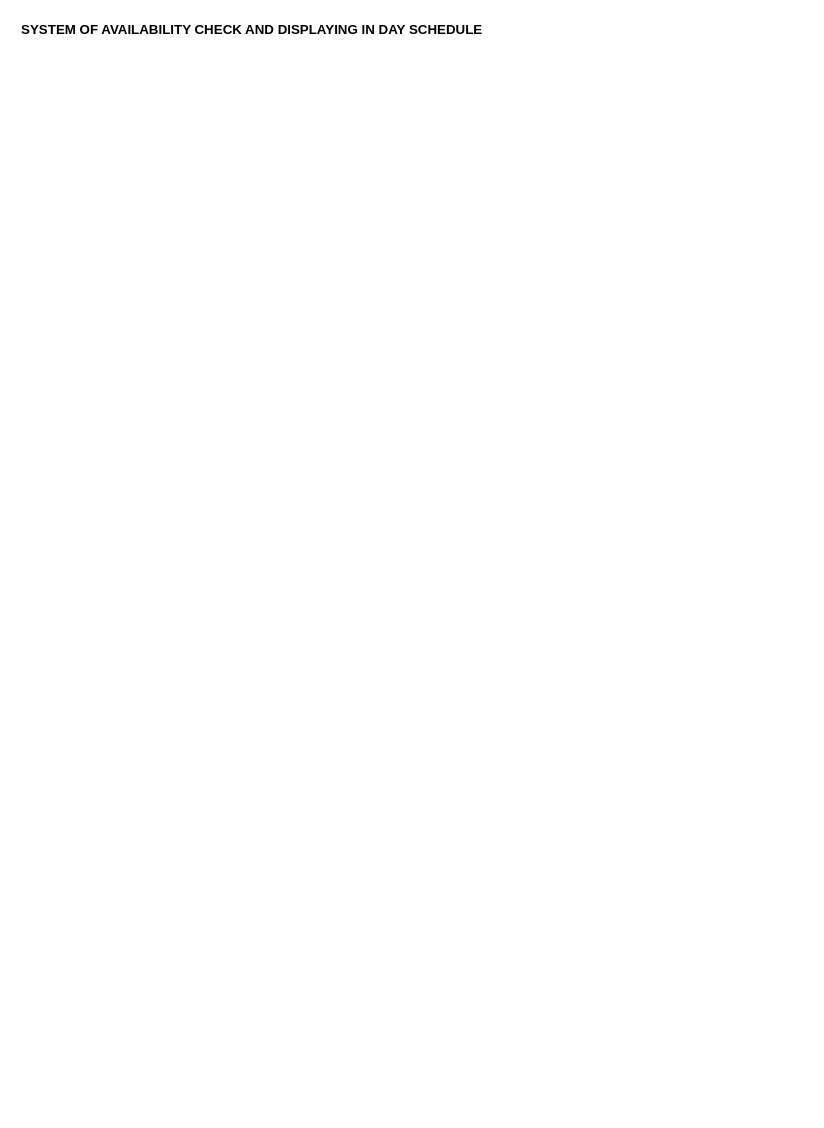
JavaDVeloper/Garbox keeps this draw.io diagram as garbox/Untitled Diagram.drawio. Above is the earlier version. Source tidied: cells renumbered, new cells numbered last; positions are measured from the earlier drawing's top-left corner, leaving out a move shared by most shapes. Both pictures are drawn from the tidied source at 111%, with x=0, y=0 at pixel (19, 19).
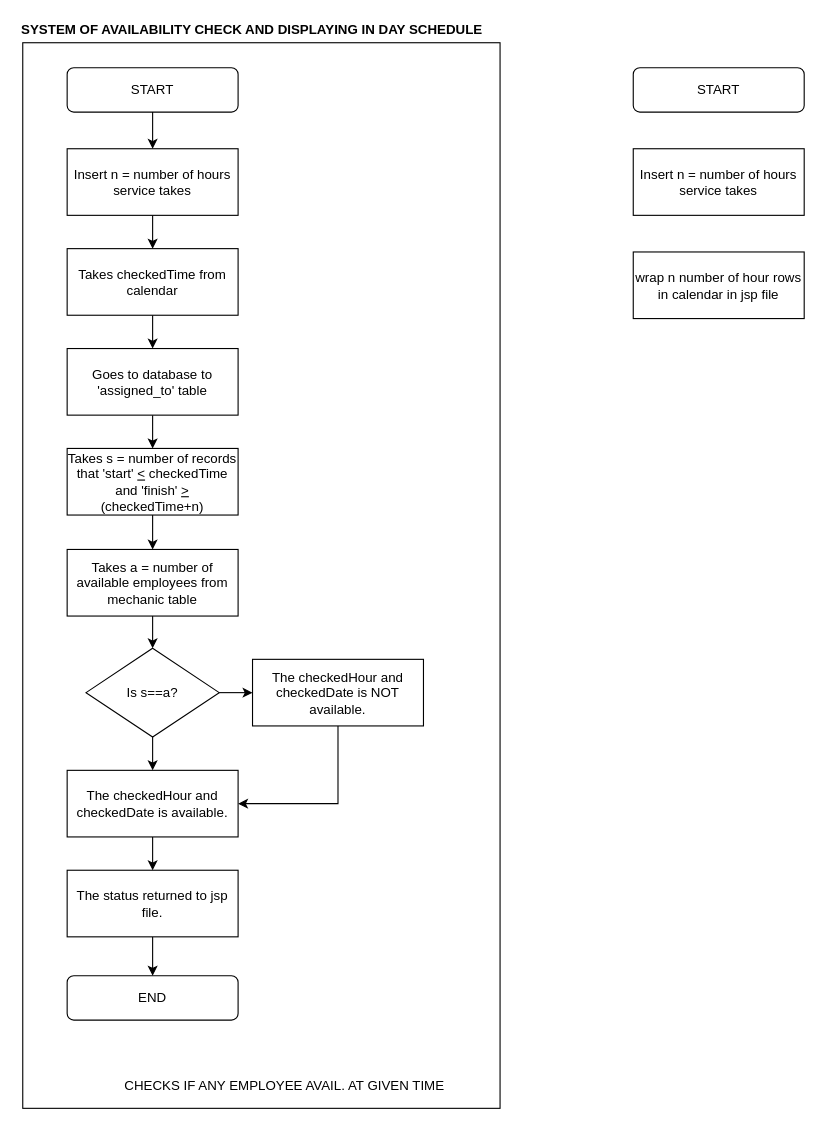
After the change.

What changed in the source:
```diff
@@
+    <mxCell id="3" style="rounded=0;whiteSpace=wrap;html=1;" parent="1" vertex="1">
+      <mxGeometry x="3" y="21" width="430" height="960" as="geometry" />
+    </mxCell>
@@
+    <mxCell id="4" style="edgeStyle=orthogonalEdgeStyle;rounded=0;jettySize=auto;html=1;exitX=0.5;exitY=1;exitDx=0;exitDy=0;entryX=0.5;entryY=0;entryDx=0;entryDy=0;" parent="1" edge="1" source="5" target="8">
+      <mxGeometry relative="1" as="geometry" />
+    </mxCell>
+    <mxCell id="5" value="Insert n = number of hours service takes" style="rounded=0;whiteSpace=wrap;html=1;" parent="1" vertex="1">
+      <mxGeometry x="43" y="116.5" width="154" height="60" as="geometry" />
+    </mxCell>
+    <mxCell id="6" value="END" style="rounded=1;whiteSpace=wrap;html=1;" parent="1" vertex="1">
+      <mxGeometry x="43" y="861.5" width="154" height="40" as="geometry" />
+    </mxCell>
+    <mxCell id="7" style="edgeStyle=orthogonalEdgeStyle;rounded=0;jettySize=auto;html=1;exitX=0.5;exitY=1;exitDx=0;exitDy=0;entryX=0.5;entryY=0;entryDx=0;entryDy=0;" parent="1" edge="1" source="8" target="10">
+      <mxGeometry relative="1" as="geometry" />
+    </mxCell>
+    <mxCell id="8" value="Takes checkedTime from calendar" style="rounded=0;whiteSpace=wrap;html=1;" parent="1" vertex="1">
+      <mxGeometry x="43" y="206.5" width="154" height="60" as="geometry" />
+    </mxCell>
+    <mxCell id="9" style="edgeStyle=orthogonalEdgeStyle;rounded=0;jettySize=auto;html=1;entryX=0.5;entryY=0;entryDx=0;entryDy=0;" parent="1" edge="1" source="10" target="12">
+      <mxGeometry relative="1" as="geometry" />
+    </mxCell>
+    <mxCell id="10" value="Goes to database to 'assigned_to' table" style="rounded=0;whiteSpace=wrap;html=1;" parent="1" vertex="1">
+      <mxGeometry x="43" y="296.5" width="154" height="60" as="geometry" />
+    </mxCell>
+    <mxCell id="11" style="edgeStyle=orthogonalEdgeStyle;rounded=0;jettySize=auto;html=1;exitX=0.5;exitY=1;exitDx=0;exitDy=0;" parent="1" edge="1" source="12" target="14">
+      <mxGeometry relative="1" as="geometry" />
+    </mxCell>
+    <mxCell id="12" value="Takes s = number of records that 'start' &lt;u&gt;&amp;lt;&lt;/u&gt; checkedTime and 'finish' &lt;u&gt;&amp;gt; &lt;/u&gt;(checkedTime+n)" style="rounded=0;whiteSpace=wrap;html=1;" parent="1" vertex="1">
+      <mxGeometry x="43" y="386.5" width="154" height="60" as="geometry" />
+    </mxCell>
+    <mxCell id="13" style="edgeStyle=orthogonalEdgeStyle;rounded=0;jettySize=auto;html=1;exitX=0.5;exitY=1;exitDx=0;exitDy=0;entryX=0.5;entryY=0;entryDx=0;entryDy=0;" parent="1" edge="1" source="14" target="19">
+      <mxGeometry relative="1" as="geometry" />
+    </mxCell>
+    <mxCell id="14" value="Takes a = number of available employees from mechanic table " style="rounded=0;whiteSpace=wrap;html=1;" parent="1" vertex="1">
+      <mxGeometry x="43" y="477.5" width="154" height="60" as="geometry" />
+    </mxCell>
+    <mxCell id="15" style="edgeStyle=orthogonalEdgeStyle;rounded=0;jettySize=auto;html=1;exitX=0.5;exitY=1;exitDx=0;exitDy=0;entryX=0.5;entryY=0;entryDx=0;entryDy=0;" parent="1" edge="1" source="16" target="23">
+      <mxGeometry relative="1" as="geometry" />
+    </mxCell>
+    <mxCell id="16" value="The checkedHour and checkedDate is available." style="rounded=0;whiteSpace=wrap;html=1;" parent="1" vertex="1">
+      <mxGeometry x="43" y="676.5" width="154" height="60" as="geometry" />
+    </mxCell>
+    <mxCell id="17" style="edgeStyle=orthogonalEdgeStyle;rounded=0;jettySize=auto;html=1;exitX=1;exitY=0.5;exitDx=0;exitDy=0;entryX=0;entryY=0.5;entryDx=0;entryDy=0;" parent="1" edge="1" source="19" target="21">
+      <mxGeometry relative="1" as="geometry" />
+    </mxCell>
+    <mxCell id="18" style="edgeStyle=orthogonalEdgeStyle;rounded=0;jettySize=auto;html=1;exitX=0.5;exitY=1;exitDx=0;exitDy=0;entryX=0.5;entryY=0;entryDx=0;entryDy=0;" parent="1" edge="1" source="19" target="16">
+      <mxGeometry relative="1" as="geometry" />
+    </mxCell>
+    <mxCell id="19" value="Is s==a?" style="rhombus;whiteSpace=wrap;html=1;" parent="1" vertex="1">
+      <mxGeometry x="60" y="566.5" width="120" height="80" as="geometry" />
+    </mxCell>
+    <mxCell id="20" style="edgeStyle=orthogonalEdgeStyle;rounded=0;jettySize=auto;html=1;exitX=0.5;exitY=1;exitDx=0;exitDy=0;entryX=1;entryY=0.5;entryDx=0;entryDy=0;" parent="1" edge="1" source="21" target="16">
+      <mxGeometry relative="1" as="geometry" />
+    </mxCell>
+    <mxCell id="21" value="The checkedHour and checkedDate is NOT available." style="rounded=0;whiteSpace=wrap;html=1;" parent="1" vertex="1">
+      <mxGeometry x="210" y="576.5" width="154" height="60" as="geometry" />
+    </mxCell>
+    <mxCell id="22" style="edgeStyle=orthogonalEdgeStyle;rounded=0;jettySize=auto;html=1;exitX=0.5;exitY=1;exitDx=0;exitDy=0;entryX=0.5;entryY=0;entryDx=0;entryDy=0;" parent="1" edge="1" source="23" target="6">
+      <mxGeometry relative="1" as="geometry" />
+    </mxCell>
+    <mxCell id="23" value="The status returned to jsp file." style="rounded=0;whiteSpace=wrap;html=1;" parent="1" vertex="1">
+      <mxGeometry x="43" y="766.5" width="154" height="60" as="geometry" />
+    </mxCell>
+    <mxCell id="24" style="edgeStyle=orthogonalEdgeStyle;rounded=0;jettySize=auto;html=1;exitX=0.5;exitY=1;exitDx=0;exitDy=0;entryX=0.5;entryY=0;entryDx=0;entryDy=0;" parent="1" edge="1" source="25" target="5">
+      <mxGeometry relative="1" as="geometry" />
+    </mxCell>
+    <mxCell id="25" value="START" style="rounded=1;whiteSpace=wrap;html=1;" parent="1" vertex="1">
+      <mxGeometry x="43" y="43.5" width="154" height="40" as="geometry" />
+    </mxCell>
+    <mxCell id="26" value="CHECKS IF ANY EMPLOYEE AVAIL. AT GIVEN TIME" style="text;html=1;align=left;verticalAlign=top;spacingTop=-4;" parent="1" vertex="1">
+      <mxGeometry x="93" y="951" width="330" height="20" as="geometry" />
+    </mxCell>
+    <mxCell id="27" value="START" style="rounded=1;whiteSpace=wrap;html=1;" parent="1" vertex="1">
+      <mxGeometry x="553" y="43.5" width="154" height="40" as="geometry" />
+    </mxCell>
+    <mxCell id="28" value="Insert n = number of hours service takes" style="rounded=0;whiteSpace=wrap;html=1;" parent="1" vertex="1">
+      <mxGeometry x="553" y="116.5" width="154" height="60" as="geometry" />
+    </mxCell>
+    <mxCell id="29" value="wrap n number of hour rows in calendar in jsp file" style="rounded=0;whiteSpace=wrap;html=1;" parent="1" vertex="1">
+      <mxGeometry x="553" y="209.5" width="154" height="60" as="geometry" />
+    </mxCell>
```
